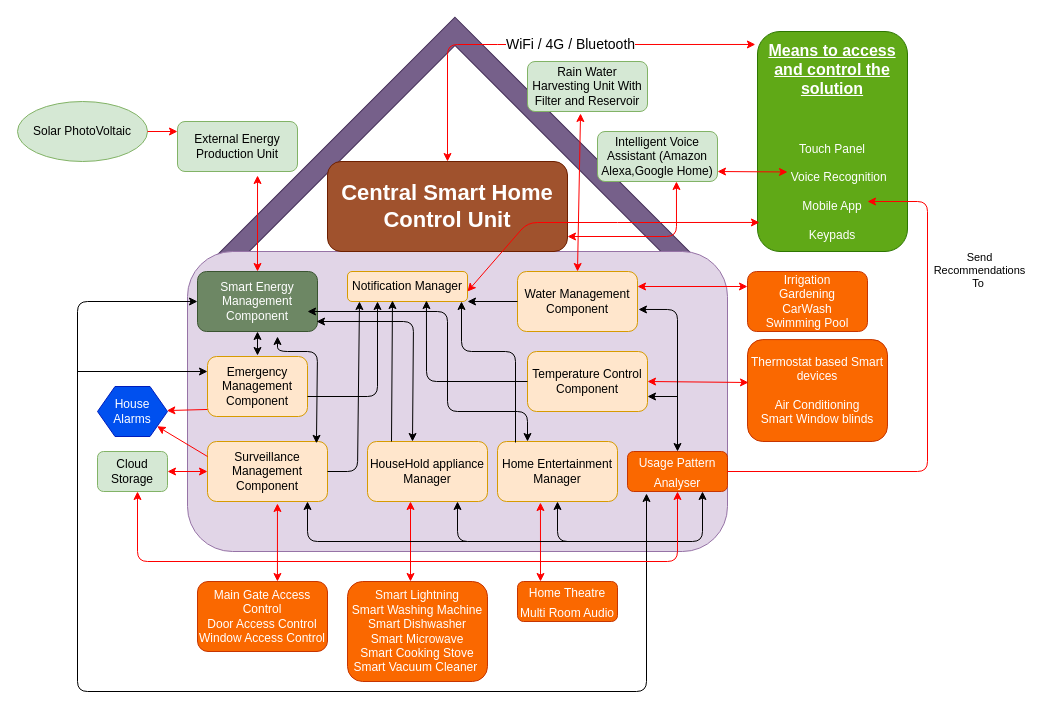
sakibshuvo/SOEN-6481-SRS keeps this draw.io diagram as Architecture/xml_to_upload_in_draw_io.drawio. Above is the earlier version. Source tidied: cells renumbered, new cells numbered last; positions are measured from the earlier drawing's top-left corner, leaving out a move shared by most shapes. Both pictures are drawn from the tidied source at 100%, with x=0, y=0 at pixel (17, 31).
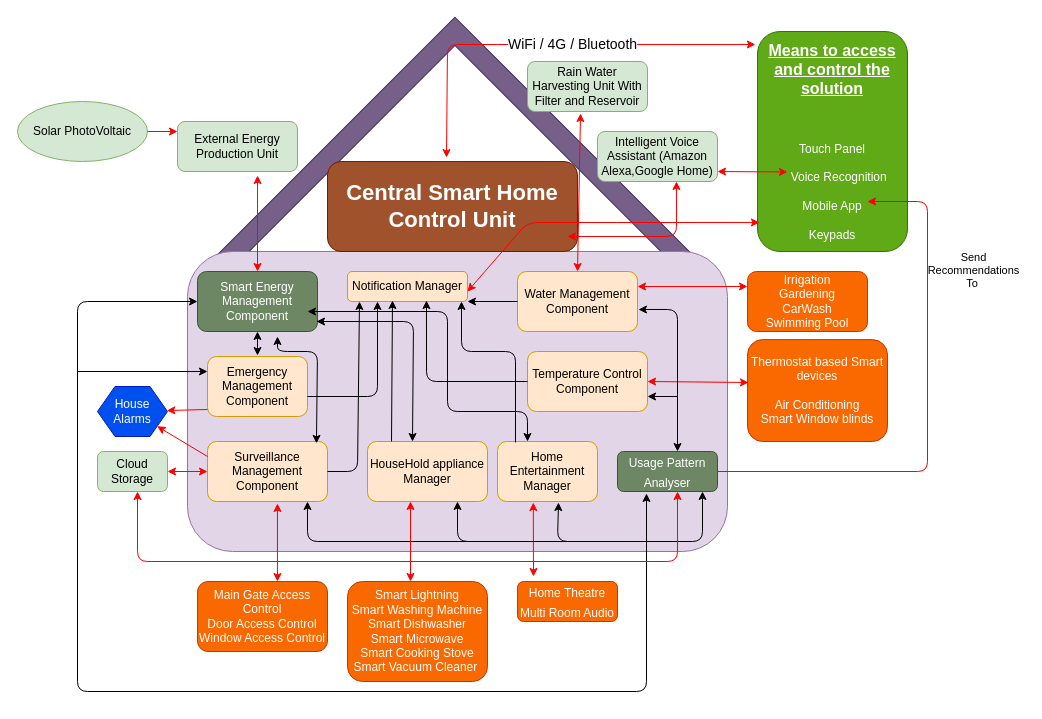
The same diagram, later.

The change refers to these unchanged cells:
```xml
<mxCell id="12" value="&lt;u&gt;&lt;b&gt;&lt;font style=&quot;font-size: 16px&quot;&gt;Means to access and control the solution&lt;/font&gt;&lt;/b&gt;&lt;/u&gt;&lt;br&gt;&lt;br&gt;&lt;br&gt;&lt;br&gt;Touch Panel&lt;br&gt;&lt;br&gt;&amp;nbsp; &amp;nbsp; Voice Recognition&lt;br&gt;&lt;br&gt;Mobile App&lt;br&gt;&lt;br&gt;Keypads" style="rounded=1;whiteSpace=wrap;html=1;fillColor=#60a917;strokeColor=#2D7600;fontColor=#ffffff;" parent="1" vertex="1">
  <mxGeometry x="740" width="150" height="220" as="geometry" />
</mxCell>
<mxCell id="26" value="&lt;span style=&quot;font-size: 16px&quot;&gt;&lt;span style=&quot;font-size: 12px&quot;&gt;Home Theatre&lt;br&gt;Multi Room Audio&lt;br&gt;&lt;/span&gt;&lt;/span&gt;" style="rounded=1;whiteSpace=wrap;html=1;fillColor=#fa6800;strokeColor=#C73500;fontColor=#ffffff;" parent="1" vertex="1">
  <mxGeometry x="500" y="550" width="100" height="40" as="geometry" />
</mxCell>
```

Diff of the diagram source:
```diff
@@
     <mxCell id="4" value="Home Entertainment Manager" style="rounded=1;whiteSpace=wrap;html=1;fillColor=#ffe6cc;strokeColor=#d79b00;" parent="1" vertex="1">
-      <mxGeometry x="480" y="410" width="120" height="60" as="geometry" />
+      <mxGeometry x="480" y="410" width="100" height="60" as="geometry" />
     </mxCell>
@@
-    <mxCell id="13" style="endArrow=classic;startArrow=classic;html=1;entryX=-0.014;entryY=0.059;entryDx=0;entryDy=0;entryPerimeter=0;exitX=0.5;exitY=0;exitDx=0;exitDy=0;strokeColor=#FF0000;" parent="1" edge="1" source="15" target="12">
+    <mxCell id="13" style="endArrow=classic;startArrow=classic;html=1;entryX=-0.014;entryY=0.059;entryDx=0;entryDy=0;entryPerimeter=0;exitX=0.476;exitY=-0.044;exitDx=0;exitDy=0;strokeColor=#FF0000;exitPerimeter=0;" parent="1" edge="1" source="15" target="12">
       <mxGeometry relative="1" as="geometry">
         <Array as="points">
           <mxPoint x="430" y="13" />
           <mxPoint x="490" y="13" />
         </Array>
       </mxGeometry>
     </mxCell>
@@
     <mxCell id="15" value="&lt;b&gt;&lt;font style=&quot;font-size: 22px&quot;&gt;Central Smart Home Control Unit&lt;/font&gt;&lt;/b&gt;" style="rounded=1;whiteSpace=wrap;html=1;fillColor=#a0522d;strokeColor=#6D1F00;fontColor=#ffffff;" parent="1" vertex="1">
-      <mxGeometry x="310" y="130" width="240" height="90" as="geometry" />
+      <mxGeometry x="310" y="130" width="250" height="90" as="geometry" />
     </mxCell>
@@
-    <mxCell id="22" style="endArrow=classic;startArrow=classic;html=1;exitX=0.25;exitY=0;exitDx=0;exitDy=0;" parent="1" edge="1" source="4">
+    <mxCell id="22" style="endArrow=classic;startArrow=classic;html=1;" parent="1" edge="1">
       <mxGeometry relative="1" as="geometry">
+        <mxPoint x="510" y="410" as="sourcePoint" />
         <mxPoint x="290" y="280" as="targetPoint" />
         <Array as="points">
           <mxPoint x="510" y="380" />
           <mxPoint x="430" y="380" />
           <mxPoint x="430" y="280" />
         </Array>
       </mxGeometry>
     </mxCell>
@@
-    <mxCell id="30" style="endArrow=classic;startArrow=classic;html=1;entryX=0.358;entryY=1.017;entryDx=0;entryDy=0;exitX=0.23;exitY=0;exitDx=0;exitDy=0;entryPerimeter=0;exitPerimeter=0;strokeColor=#FF0000;" parent="1" edge="1" source="26" target="4">
-      <mxGeometry relative="1" as="geometry" />
+    <mxCell id="30" style="endArrow=classic;startArrow=classic;html=1;entryX=0.358;entryY=1.017;entryDx=0;entryDy=0;entryPerimeter=0;strokeColor=#FF0000;" parent="1" edge="1" target="4">
+      <mxGeometry relative="1" as="geometry">
+        <mxPoint x="516" y="545" as="sourcePoint" />
+      </mxGeometry>
     </mxCell>
@@
-    <mxCell id="49" value="&lt;span style=&quot;font-size: 16px&quot;&gt;&lt;span style=&quot;font-size: 12px&quot;&gt;Usage Pattern Analyser&lt;br&gt;&lt;/span&gt;&lt;/span&gt;" style="rounded=1;whiteSpace=wrap;html=1;fillColor=#fa6800;strokeColor=#C73500;fontColor=#ffffff;" parent="1" vertex="1">
-      <mxGeometry x="610" y="420" width="100" height="40" as="geometry" />
+    <mxCell id="49" value="&lt;span style=&quot;font-size: 16px&quot;&gt;&lt;span style=&quot;font-size: 12px&quot;&gt;Usage Pattern Analyser&lt;br&gt;&lt;/span&gt;&lt;/span&gt;" style="rounded=1;whiteSpace=wrap;html=1;fillColor=#6d8764;strokeColor=#3A5431;fontColor=#ffffff;" parent="1" vertex="1">
+      <mxGeometry x="600" y="420" width="100" height="40" as="geometry" />
     </mxCell>
@@
-    <mxCell id="52" style="endArrow=classic;startArrow=classic;html=1;exitX=0.19;exitY=1.05;exitDx=0;exitDy=0;exitPerimeter=0;" parent="1" edge="1" source="49">
+    <mxCell id="52" style="endArrow=classic;startArrow=classic;html=1;" parent="1" edge="1">
       <mxGeometry relative="1" as="geometry">
+        <mxPoint x="629" y="462" as="sourcePoint" />
         <mxPoint x="180" y="270" as="targetPoint" />
         <Array as="points">
           <mxPoint x="629" y="660" />
           <mxPoint x="60" y="660" />
           <mxPoint x="60" y="270" />
         </Array>
       </mxGeometry>
     </mxCell>
@@
-    <mxCell id="54" style="endArrow=classic;startArrow=classic;html=1;strokeColor=#000000;exitX=0.5;exitY=1;exitDx=0;exitDy=0;entryX=0.75;entryY=1;entryDx=0;entryDy=0;" parent="1" edge="1" source="4" target="49">
+    <mxCell id="54" style="endArrow=classic;startArrow=classic;html=1;strokeColor=#000000;exitX=0.61;exitY=1.017;exitDx=0;exitDy=0;exitPerimeter=0;" parent="1" edge="1" source="4">
       <mxGeometry relative="1" as="geometry">
+        <mxPoint x="685" y="460" as="targetPoint" />
         <Array as="points">
           <mxPoint x="540" y="510" />
           <mxPoint x="685" y="510" />
         </Array>
       </mxGeometry>
     </mxCell>
@@
-    <mxCell id="60" style="endArrow=classic;startArrow=classic;html=1;strokeColor=#FF0000;exitX=0.5;exitY=1;exitDx=0;exitDy=0;" parent="1" edge="1" source="49">
+    <mxCell id="60" style="endArrow=classic;startArrow=classic;html=1;strokeColor=#FF0000;" parent="1" edge="1">
       <mxGeometry relative="1" as="geometry">
+        <mxPoint x="660" y="460" as="sourcePoint" />
         <mxPoint x="120" y="460" as="targetPoint" />
         <Array as="points">
           <mxPoint x="660" y="530" />
           <mxPoint x="120" y="530" />
         </Array>
       </mxGeometry>
     </mxCell>
```
